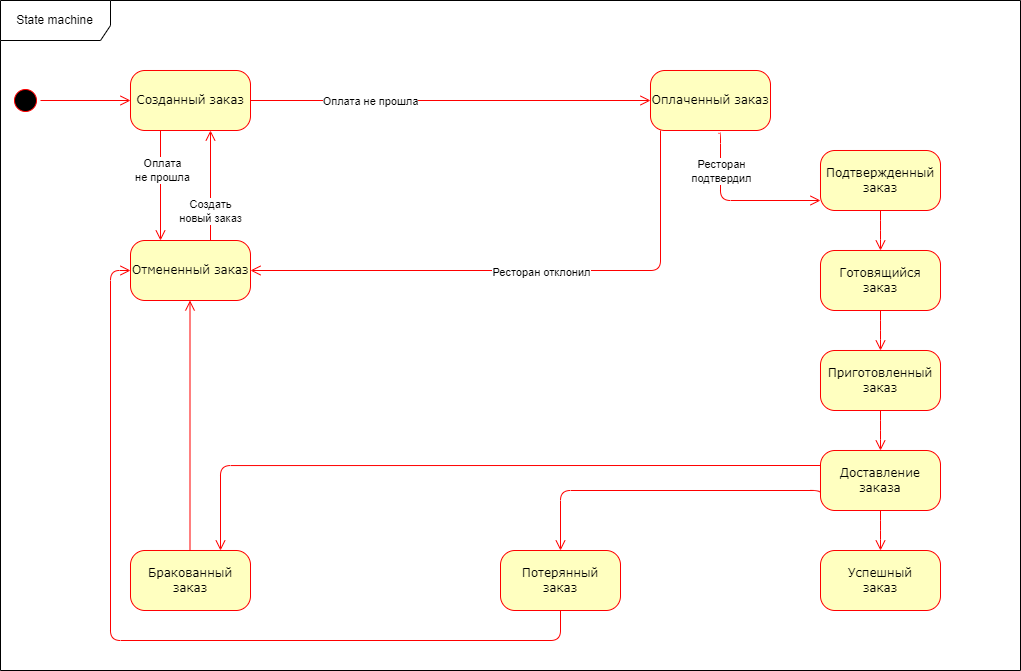
Above: Диаграмма_состояния.drawio.png in ellanta/tp_bi237_tz3 (draw.io), before the change. Source tidied: cells renumbered, new cells last; positions are measured from the earlier drawing's top-left corner, leaving out a move shared by most shapes.
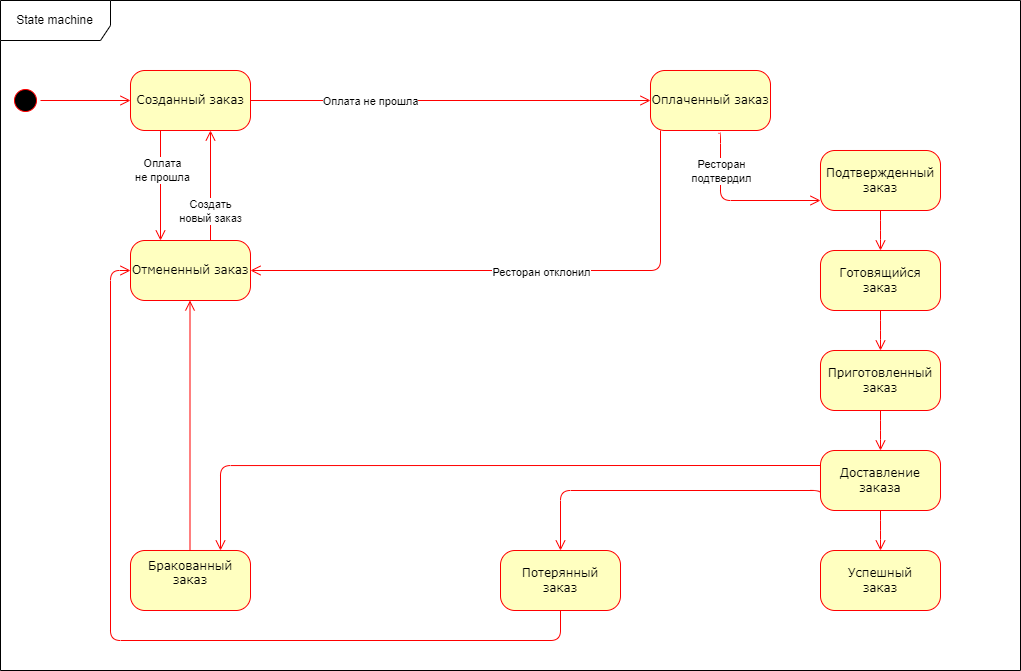
The same diagram one commit later.

Change to the diagram source:
```diff
@@ -127,7 +127,7 @@
         </Array>
       </mxGeometry>
     </mxCell>
-    <mxCell id="28" value="Бракованный&lt;div&gt;заказ&lt;/div&gt;" style="rounded=1;whiteSpace=wrap;html=1;arcSize=24;fillColor=#ffffc0;strokeColor=#ff0000;shadow=0;comic=0;labelBackgroundColor=none;fontFamily=Verdana;fontSize=12;fontColor=#000000;align=center;" parent="1" vertex="1">
+    <mxCell id="28" value="Бракованный&lt;div&gt;заказ&lt;/div&gt;&lt;div&gt;&lt;br&gt;&lt;/div&gt;" style="rounded=1;whiteSpace=wrap;html=1;arcSize=24;fillColor=#ffffc0;strokeColor=#ff0000;shadow=0;comic=0;labelBackgroundColor=none;fontFamily=Verdana;fontSize=12;fontColor=#000000;align=center;" parent="1" vertex="1">
       <mxGeometry x="130" y="550" width="120" height="60" as="geometry" />
     </mxCell>
     <mxCell id="29" style="edgeStyle=orthogonalEdgeStyle;html=1;exitX=0;exitY=0.25;labelBackgroundColor=none;endArrow=open;endSize=8;strokeColor=#ff0000;fontFamily=Verdana;fontSize=12;align=left;exitDx=0;exitDy=0;" parent="1" edge="1" source="22">
```
